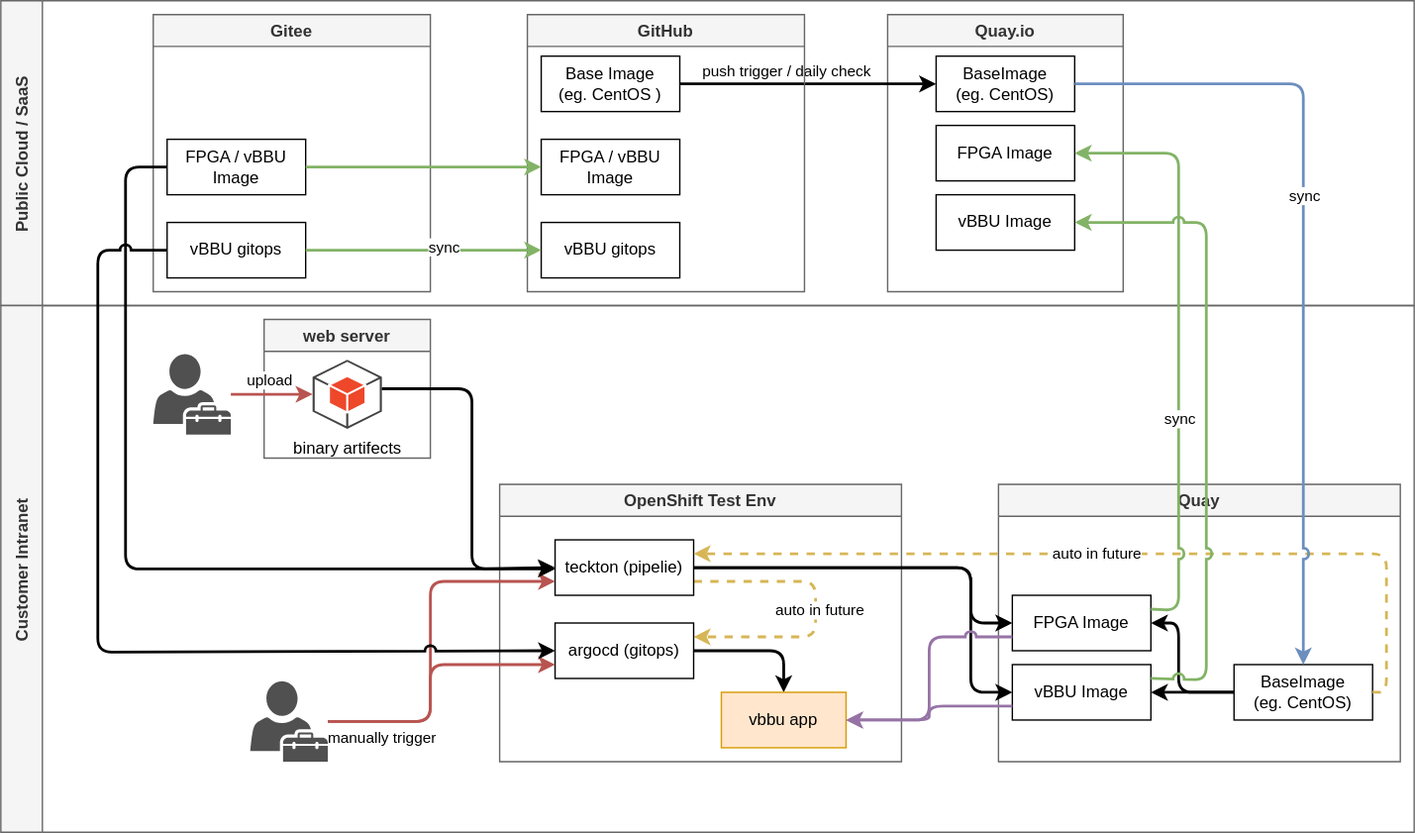
This is redhat/ocp4/4.9/dia/4.9.ci.cd.design.drawio.svg from wangzheng422/docker_env, a draw.io export, as it was before one commit. Source tidied: cells renumbered, new cells last; positions are measured from the earlier drawing's top-left corner, leaving out a move shared by most shapes.
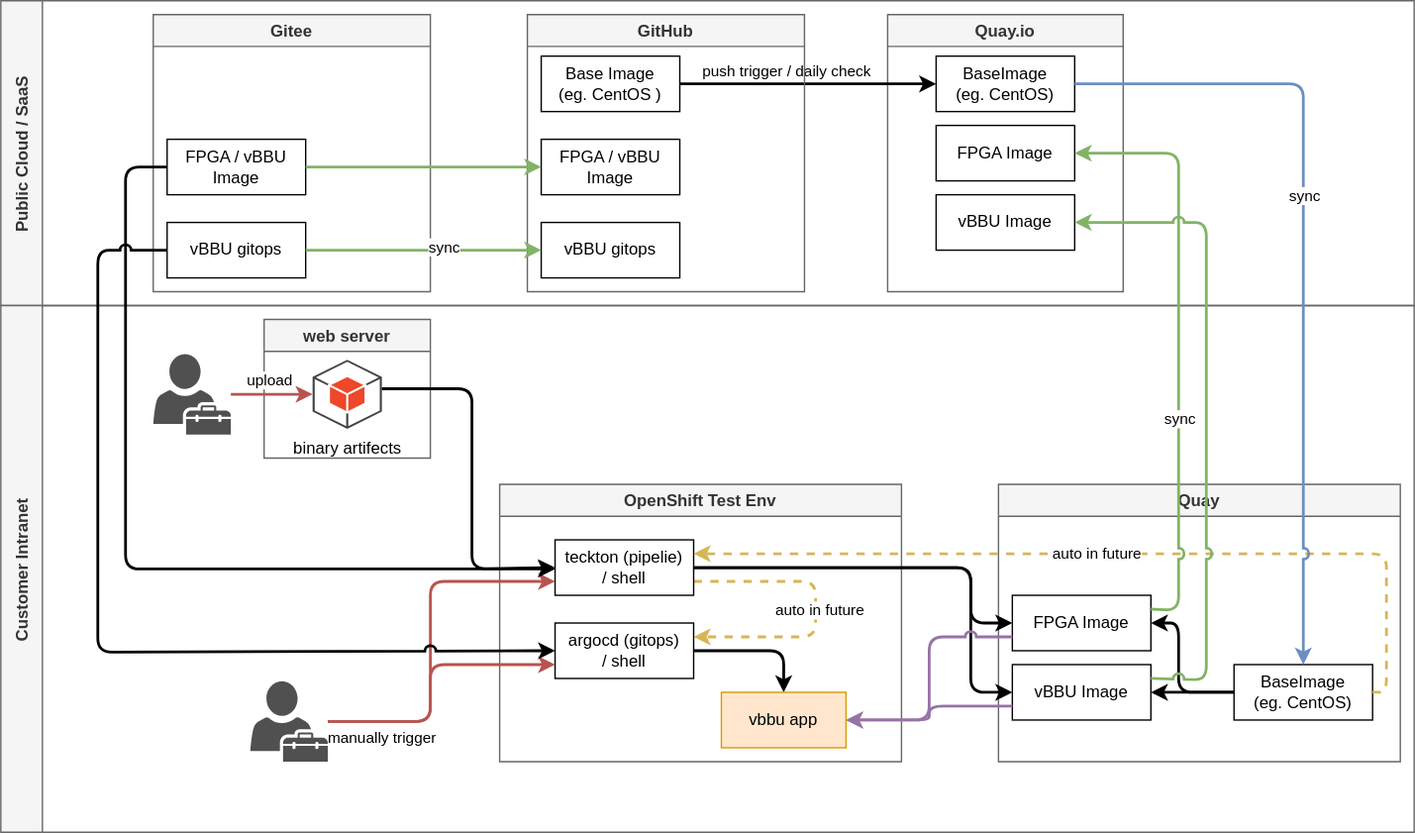
Later version of the same file.

Change to the diagram source:
```diff
@@ -110,13 +110,13 @@
         <mxPoint x="12" y="-20" as="offset" />
       </mxGeometry>
     </mxCell>
-    <mxCell id="29" value="teckton (pipelie)" style="rounded=0;whiteSpace=wrap;html=1;" parent="26" vertex="1">
+    <mxCell id="29" value="teckton (pipelie)&lt;br&gt;/ shell" style="rounded=0;whiteSpace=wrap;html=1;" parent="26" vertex="1">
       <mxGeometry x="40" y="40" width="100" height="40" as="geometry" />
     </mxCell>
     <mxCell id="30" style="edgeStyle=orthogonalEdgeStyle;rounded=1;jumpStyle=arc;html=1;entryX=0.5;entryY=0;entryDx=0;entryDy=0;strokeWidth=2;" parent="26" edge="1" source="31" target="32">
       <mxGeometry relative="1" as="geometry" />
     </mxCell>
-    <mxCell id="31" value="argocd (gitops)" style="rounded=0;whiteSpace=wrap;html=1;" parent="26" vertex="1">
+    <mxCell id="31" value="argocd (gitops)&lt;br&gt;/ shell" style="rounded=0;whiteSpace=wrap;html=1;" parent="26" vertex="1">
       <mxGeometry x="40" y="100" width="100" height="40" as="geometry" />
     </mxCell>
     <mxCell id="32" value="vbbu app" style="rounded=0;whiteSpace=wrap;html=1;fillColor=#ffe6cc;strokeColor=#d79b00;" parent="26" vertex="1">
```
